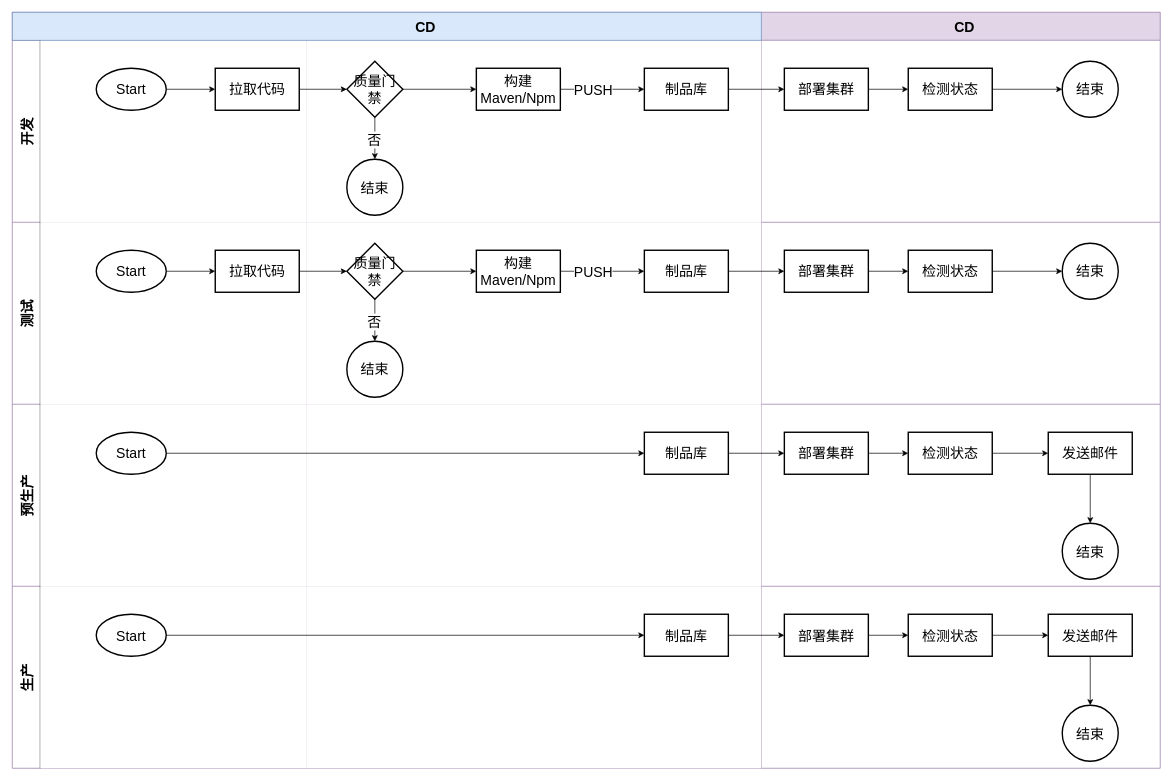
Above: CICD发布流程.drawio in 463024907/draw.io (draw.io), before the change. Source tidied: cells renumbered, new cells numbered last; positions are measured from the earlier drawing's top-left corner, leaving out a move shared by most shapes. Both pictures are drawn from the tidied source at 70%, with x=0, y=0 at pixel (12, 12).
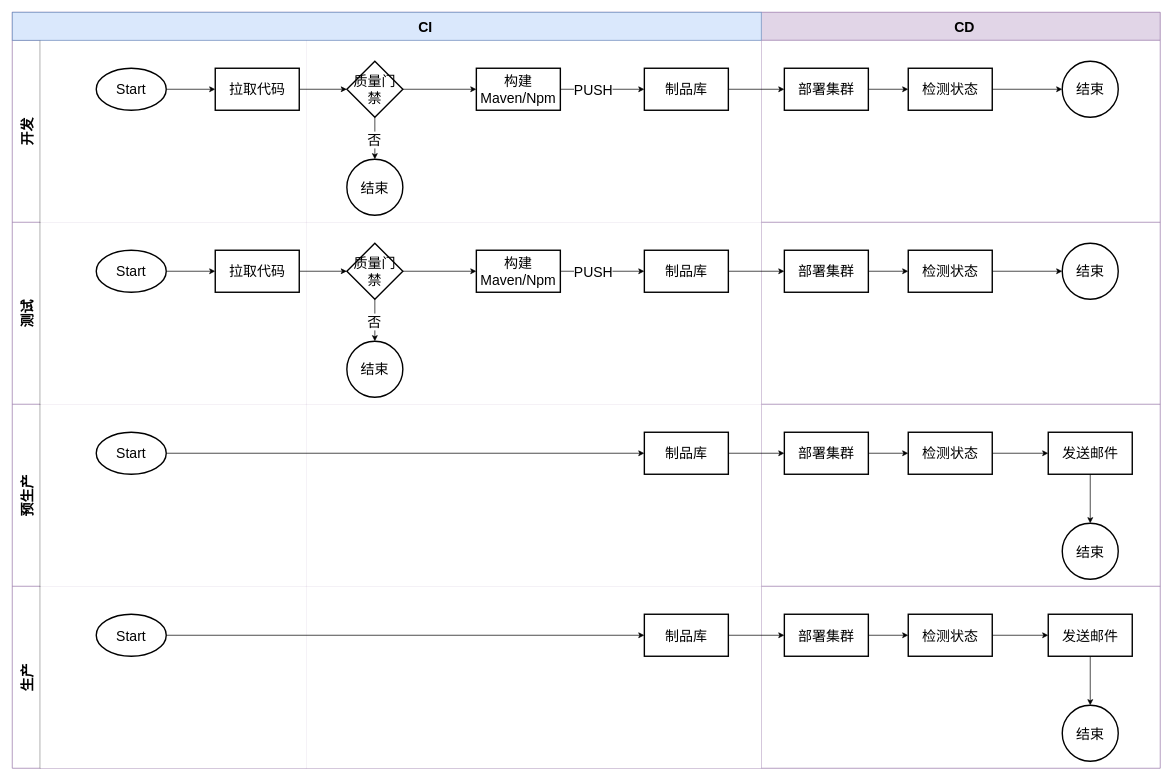
The same diagram, later.

The edit, as a diff of the source:
```diff
@@
-    <mxCell id="81" value="CD" style="text;strokeColor=none;fillColor=none;html=1;fontSize=20;fontStyle=1;verticalAlign=middle;align=center;" parent="1" vertex="1">
+    <mxCell id="81" value="CI" style="text;strokeColor=none;fillColor=none;html=1;fontSize=20;fontStyle=1;verticalAlign=middle;align=center;" parent="1" vertex="1">
       <mxGeometry x="540" width="100" height="40" as="geometry" />
     </mxCell>
```
